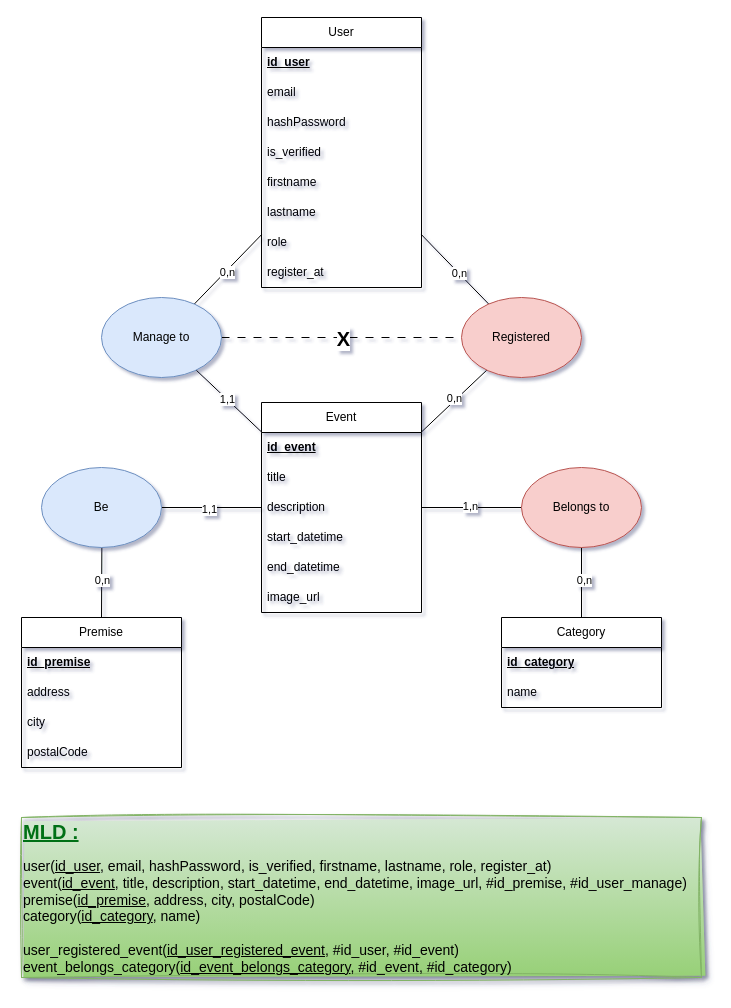
Mzk-Ali/M2I_Projet_Fil_Rouge_Conception keeps this draw.io diagram as Merise/MCD_Projet_Fil_Rouge.drawio. Above is the earlier version. Source tidied: cells renumbered, new cells numbered last; positions are measured from the earlier drawing's top-left corner, leaving out a move shared by most shapes. Both pictures are drawn from the tidied source at 100%, with x=0, y=0 at pixel (21, 17).
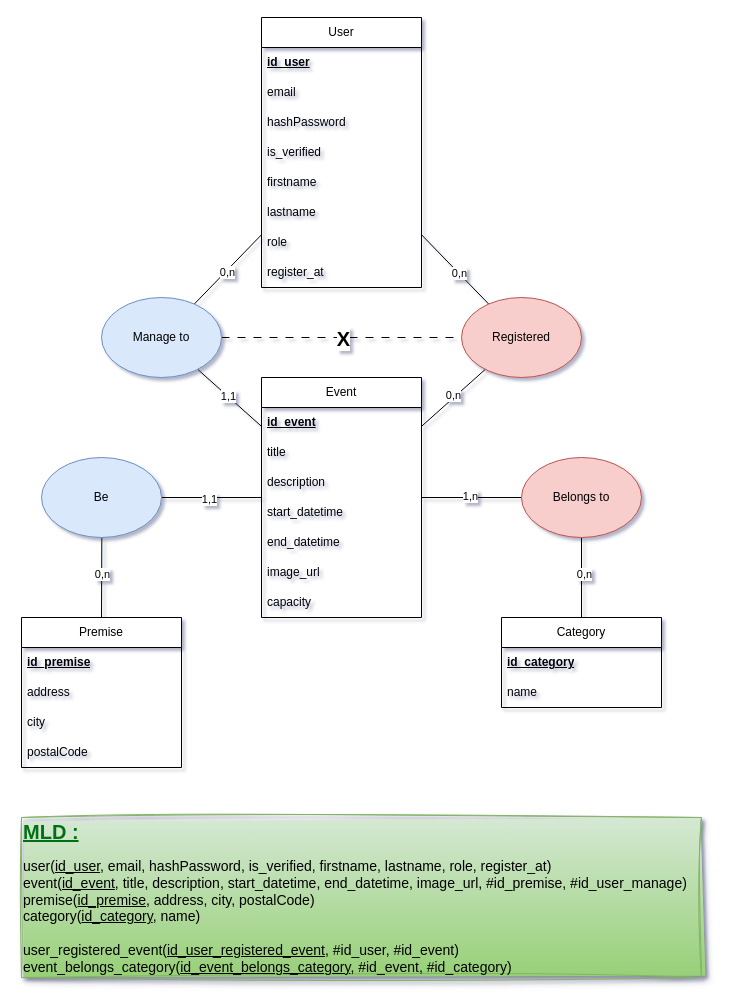
The same page after the edit.

Commit message:
Mettre à jour MCD_Projet_Fil_Rouge.drawio

Change to the diagram source:
```diff
@@
     <mxCell id="13" value="Event" style="swimlane;fontStyle=0;horizontal=1;startSize=30;whiteSpace=wrap;html=1;" parent="1" vertex="1">
-      <mxGeometry x="240" y="385" width="160" height="210" as="geometry" />
+      <mxGeometry x="240" y="360" width="160" height="240" as="geometry" />
     </mxCell>
@@
+    <mxCell id="49" value="capacity" style="text;strokeColor=none;fillColor=none;align=left;verticalAlign=middle;spacingLeft=4;spacingRight=4;overflow=hidden;whiteSpace=wrap;html=1;" parent="13" vertex="1">
+      <mxGeometry y="210" width="160" height="30" as="geometry" />
+    </mxCell>
@@
     <mxCell id="39" value="Belongs to" style="ellipse;whiteSpace=wrap;html=1;fillColor=#f8cecc;strokeColor=#b85450;" parent="1" vertex="1">
-      <mxGeometry x="500" y="450" width="120" height="80" as="geometry" />
+      <mxGeometry x="500" y="440" width="120" height="80" as="geometry" />
     </mxCell>
@@
     <mxCell id="47" value="Be" style="ellipse;whiteSpace=wrap;html=1;fillColor=#dae8fc;strokeColor=#6c8ebf;" parent="1" vertex="1">
-      <mxGeometry x="20" y="450" width="120" height="80" as="geometry" />
+      <mxGeometry x="20" y="440" width="120" height="80" as="geometry" />
     </mxCell>
```
